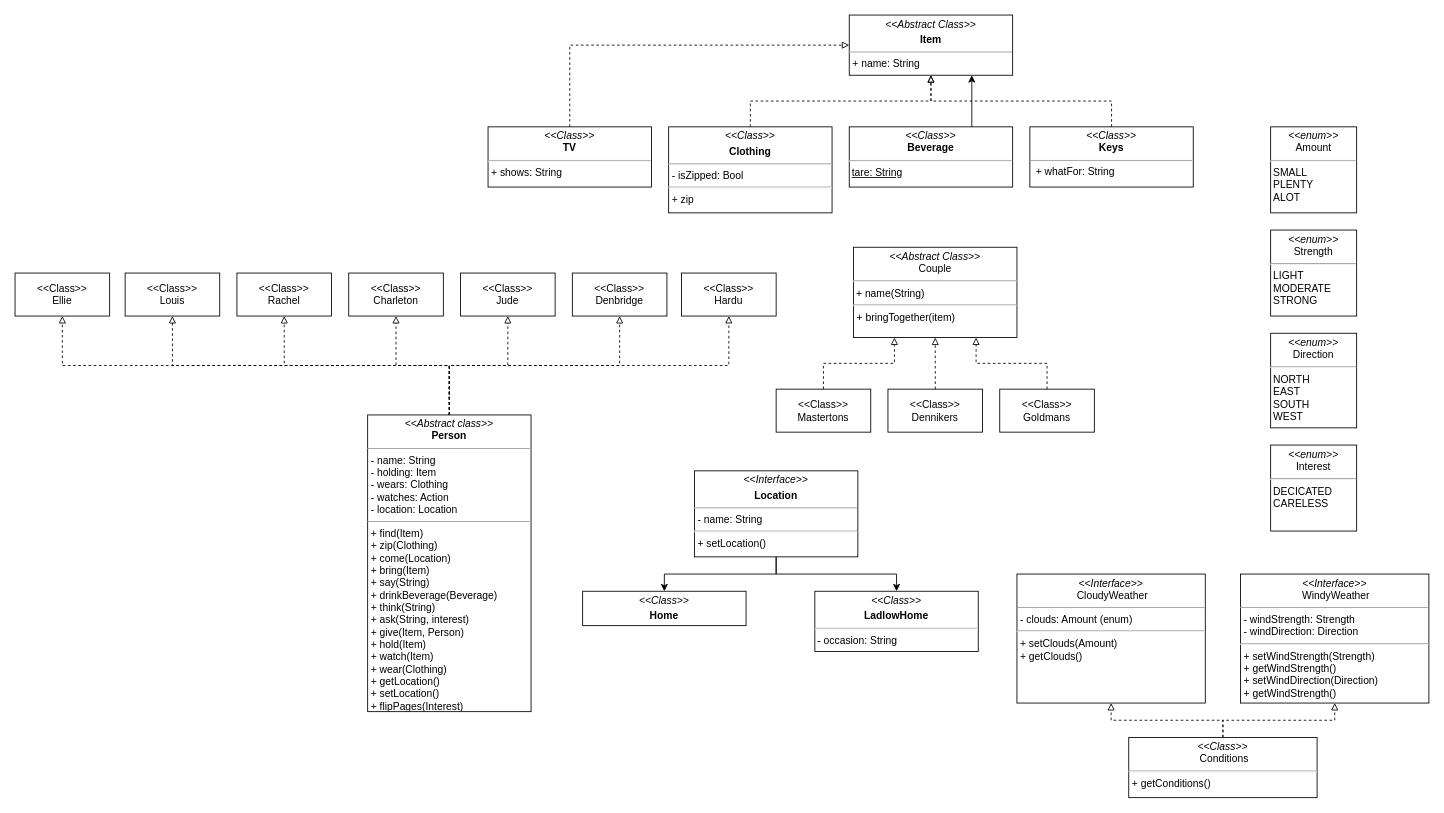
Before: Untitled Diagram.drawio in Sat1l/laba4, a draw.io diagram. Source tidied: cells renumbered, new cells numbered last; positions are measured from the earlier drawing's top-left corner, leaving out a move shared by most shapes. Both pictures are drawn from the tidied source at 86%, with x=0, y=0 at pixel (15, 15).
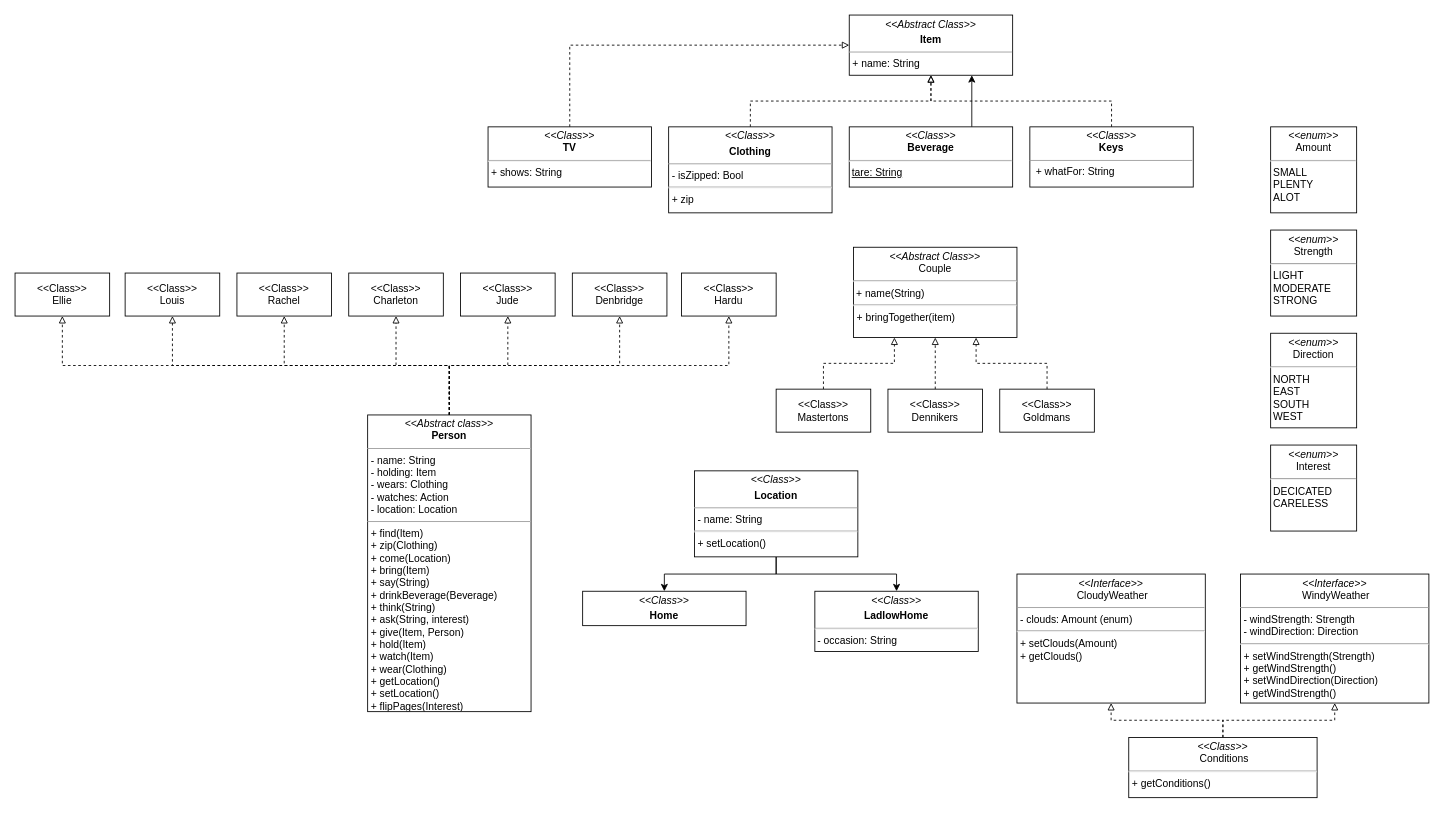
After the change.

Diff of the diagram source:
```diff
@@
-    <mxCell id="19" value="&lt;p style=&quot;margin:0px;margin-top:4px;text-align:center;&quot;&gt;&lt;i&gt;&amp;lt;&amp;lt;Interface&lt;/i&gt;&lt;i&gt;&amp;gt;&amp;gt;&lt;/i&gt;&lt;/p&gt;&lt;p style=&quot;margin:0px;margin-top:4px;text-align:center;&quot;&gt;&lt;b&gt;Location&lt;/b&gt;&lt;/p&gt;&lt;hr size=&quot;1&quot;&gt;&lt;p style=&quot;margin:0px;margin-left:4px;&quot;&gt;- name: String&lt;/p&gt;&lt;hr&gt;&lt;p style=&quot;margin:0px;margin-left:4px;&quot;&gt;+ setLocation()&lt;/p&gt;" style="verticalAlign=top;align=left;overflow=fill;fontSize=12;fontFamily=Helvetica;html=1;whiteSpace=wrap;" parent="1" vertex="1">
+    <mxCell id="19" value="&lt;p style=&quot;margin:0px;margin-top:4px;text-align:center;&quot;&gt;&lt;i&gt;&amp;lt;&amp;lt;Class&lt;/i&gt;&lt;i&gt;&amp;gt;&amp;gt;&lt;/i&gt;&lt;/p&gt;&lt;p style=&quot;margin:0px;margin-top:4px;text-align:center;&quot;&gt;&lt;b&gt;Location&lt;/b&gt;&lt;/p&gt;&lt;hr size=&quot;1&quot;&gt;&lt;p style=&quot;margin:0px;margin-left:4px;&quot;&gt;- name: String&lt;/p&gt;&lt;hr&gt;&lt;p style=&quot;margin:0px;margin-left:4px;&quot;&gt;+ setLocation()&lt;/p&gt;" style="verticalAlign=top;align=left;overflow=fill;fontSize=12;fontFamily=Helvetica;html=1;whiteSpace=wrap;" parent="1" vertex="1">
       <mxGeometry x="790" y="530" width="190" height="100" as="geometry" />
     </mxCell>
```
